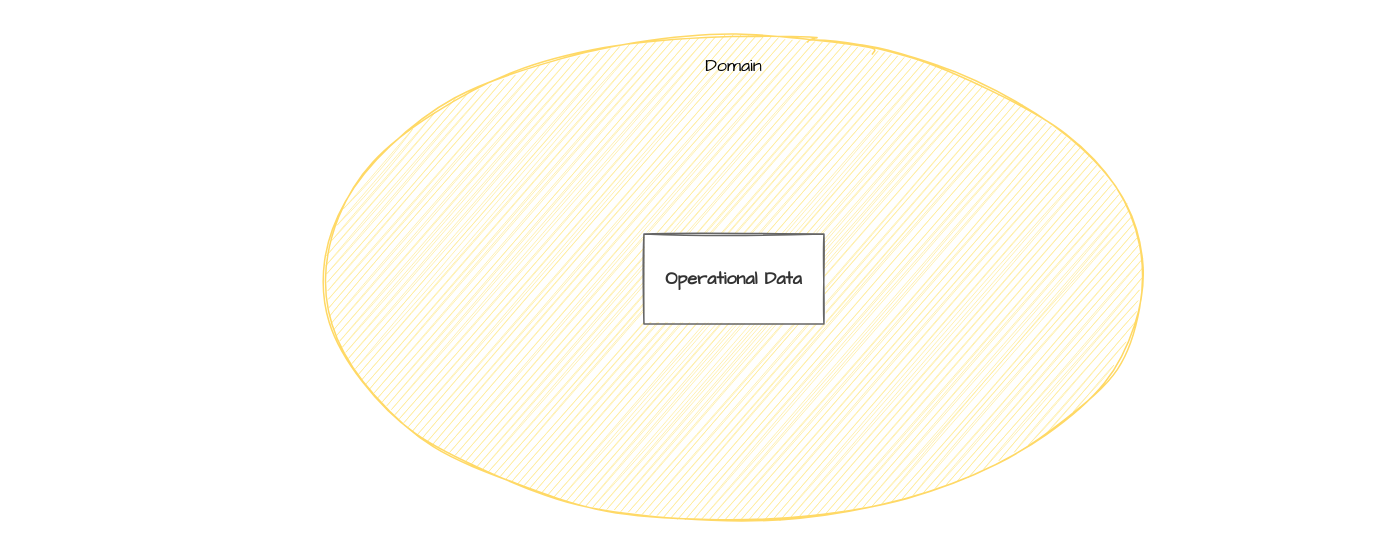
Above: diagrams/domainteamjourney_level0.drawio in datamesh-architecture/datamesh-architecture.com (draw.io), before the change. Source tidied: cells renumbered, new cells numbered last; positions are measured from the earlier drawing's top-left corner, leaving out a move shared by most shapes. Both pictures are drawn from the tidied source at 150%, with x=0, y=0 at pixel (26, 26). Pictures stored in the file or linked from it are replaced by grey dashed boxes.
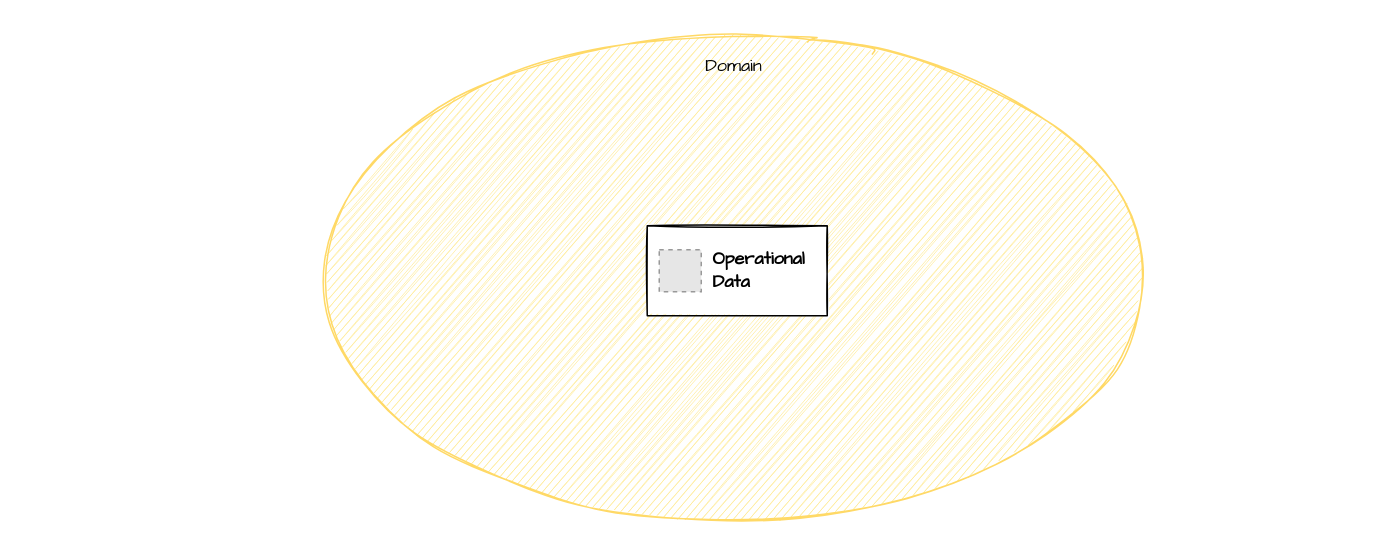
Above is the later version.

Change to the diagram source:
```diff
@@
 <mxGraphModel>
   <root>
     <mxCell id="0" />
     <mxCell id="1" parent="0" />
     <mxCell id="2" style="rounded=0;whiteSpace=wrap;html=1;fillColor=none;strokeColor=none;sketch=1;fontFamily=Architects Daughter;" parent="1" vertex="1">
       <mxGeometry width="889" height="337" as="geometry" />
     </mxCell>
     <mxCell id="3" value="Domain" style="ellipse;whiteSpace=wrap;html=1;verticalAlign=top;sketch=1;fontFamily=Architects Daughter;strokeColor=#FFD966;fillColor=#FFEB99;" parent="1" vertex="1">
       <mxGeometry x="184" y="13" width="575.5" height="310" as="geometry" />
     </mxCell>
+    <mxCell id="5" style="group;" parent="1" vertex="1">
+      <mxGeometry x="414" y="133" width="120" height="60" as="geometry" />
+    </mxCell>
-    <mxCell id="4" value="Operational Data" style="rounded=0;whiteSpace=wrap;html=1;fillColor=#FFFFFF;fontColor=#333333;strokeColor=#666666;fontStyle=1;sketch=1;fontFamily=Architects Daughter;fillStyle=solid;" parent="1" vertex="1">
-      <mxGeometry x="411.8" y="138.5" width="120" height="60" as="geometry" />
+    <mxCell id="4" value="Operational &lt;br&gt;Data" style="rounded=0;whiteSpace=wrap;html=1;fontStyle=1;sketch=1;fontFamily=Architects Daughter;align=left;spacingLeft=42;" parent="5" vertex="1">
+      <mxGeometry width="120" height="60" as="geometry" />
     </mxCell>
+    <mxCell id="6" style="fillColor=#E6E6E6;strokeColor=#999999;dashed=1;verticalLabelPosition=bottom;labelBackgroundColor=default;verticalAlign=top;" parent="5" vertex="1">
+      <mxGeometry x="8" y="16" width="28" height="28" as="geometry" />
+    </mxCell>
   </root>
 </mxGraphModel>
```
